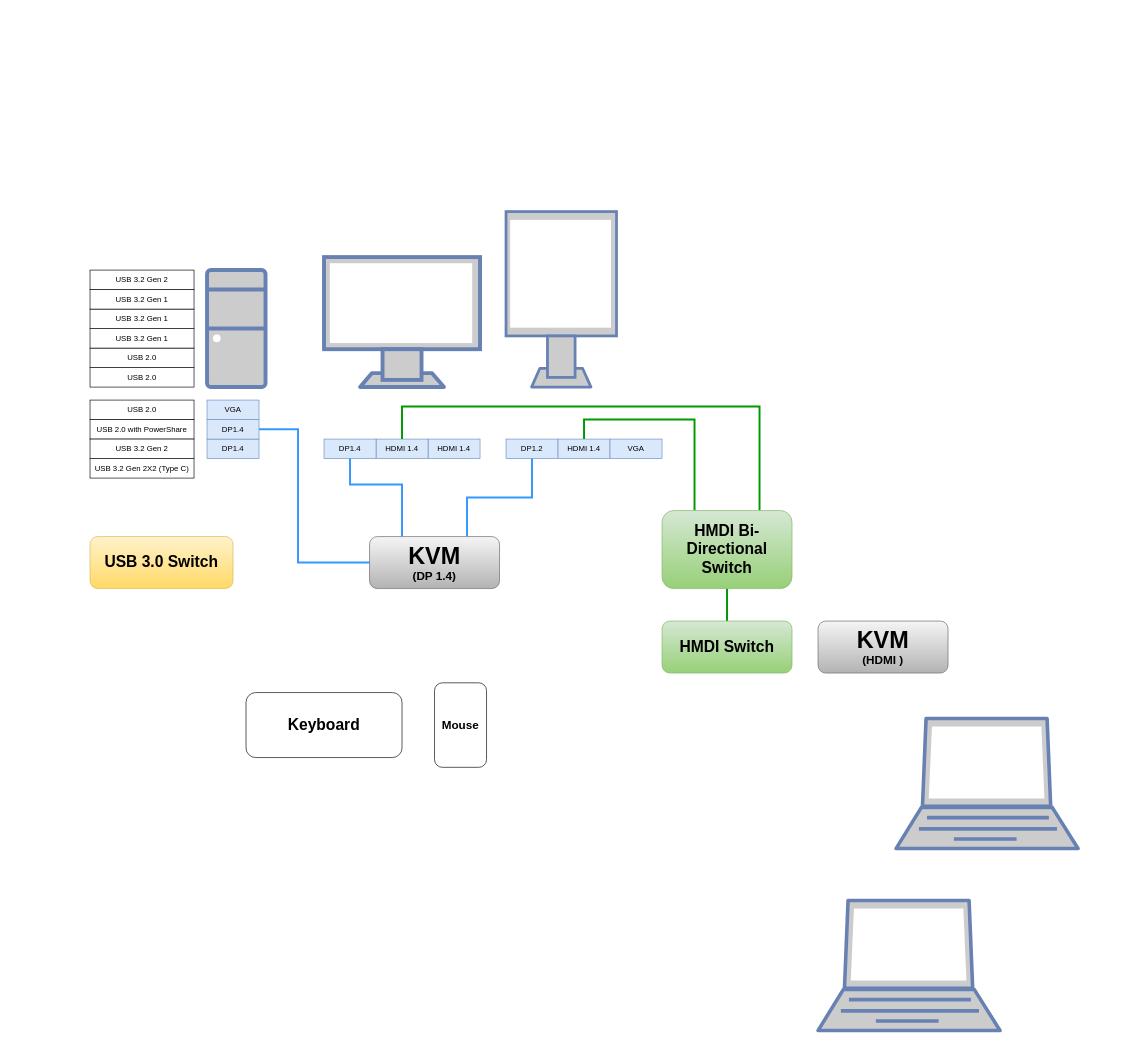
Before: desk_design.drawio in johnseetoh25/draw.io_Gallery, a draw.io diagram. Source tidied: cells renumbered, new cells numbered last; positions are measured from the earlier drawing's top-left corner, leaving out a move shared by most shapes. Both pictures are drawn from the tidied source at 65%, with x=0, y=0 at pixel (90, 211).
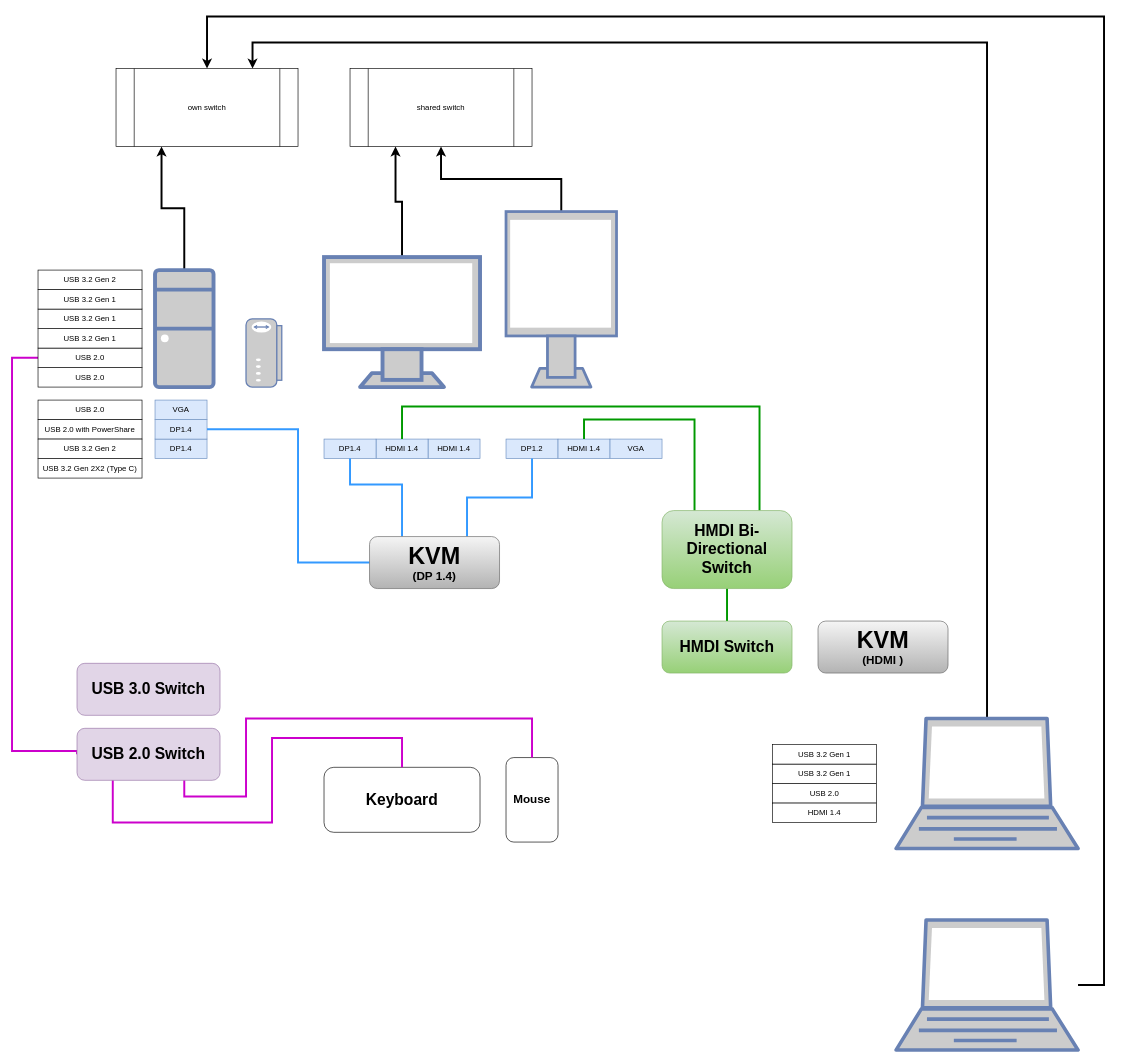
Above is the later version.

The change refers to these unchanged cells:
```xml
<mxCell id="2" style="fontColor=#0066CC;verticalAlign=top;verticalLabelPosition=bottom;labelPosition=center;align=center;html=1;outlineConnect=0;fillColor=#CCCCCC;strokeColor=#6881B3;gradientColor=none;gradientDirection=north;strokeWidth=2;shape=mxgraph.networks.monitor;" parent="1" vertex="1">
  <mxGeometry x="360" y="70" width="240" height="200" as="geometry" />
</mxCell>
<mxCell id="3" style="fontColor=#0066CC;verticalAlign=top;verticalLabelPosition=bottom;labelPosition=center;align=center;html=1;outlineConnect=0;fillColor=#CCCCCC;strokeColor=#6881B3;gradientColor=none;gradientDirection=north;strokeWidth=2;shape=mxgraph.networks.monitor;" parent="1" vertex="1">
  <mxGeometry x="640" width="170" height="270" as="geometry" />
</mxCell>
<mxCell id="36" style="fontColor=#0066CC;verticalAlign=top;verticalLabelPosition=bottom;labelPosition=center;align=center;html=1;outlineConnect=0;fillColor=#CCCCCC;strokeColor=#6881B3;gradientColor=none;gradientDirection=north;strokeWidth=2;shape=mxgraph.networks.laptop;" parent="1" vertex="1">
  <mxGeometry x="1240" y="780" width="280" height="200" as="geometry" />
</mxCell>
```

The edit, as a diff of the source:
```diff
@@
+    <mxCell id="39" style="edgeStyle=orthogonalEdgeStyle;rounded=0;jettySize=auto;html=1;entryX=0.25;entryY=1;entryDx=0;entryDy=0;strokeWidth=3;" parent="1" edge="1" source="2" target="53">
+      <mxGeometry relative="1" as="geometry" />
+    </mxCell>
@@
+    <mxCell id="40" style="edgeStyle=orthogonalEdgeStyle;rounded=0;jettySize=auto;html=1;entryX=0.5;entryY=1;entryDx=0;entryDy=0;strokeWidth=3;" parent="1" edge="1" source="3" target="53">
+      <mxGeometry relative="1" as="geometry" />
+    </mxCell>
@@
+    <mxCell id="41" style="edgeStyle=orthogonalEdgeStyle;rounded=0;jettySize=auto;html=1;entryX=0.25;entryY=1;entryDx=0;entryDy=0;strokeWidth=3;endArrow=classic;endFill=1;" parent="1" edge="1" source="4" target="54">
+      <mxGeometry relative="1" as="geometry" />
+    </mxCell>
     <mxCell id="4" style="fontColor=#0066CC;verticalAlign=top;verticalLabelPosition=bottom;labelPosition=center;align=center;html=1;outlineConnect=0;fillColor=#CCCCCC;strokeColor=#6881B3;gradientColor=none;gradientDirection=north;strokeWidth=2;shape=mxgraph.networks.desktop_pc;" parent="1" vertex="1">
-      <mxGeometry x="180" y="90" width="90" height="180" as="geometry" />
+      <mxGeometry x="100" y="90" width="90" height="180" as="geometry" />
     </mxCell>
     <mxCell id="5" value="&lt;font style=&quot;font-size: 24px;&quot;&gt;&lt;b&gt;Keyboard&lt;/b&gt;&lt;/font&gt;" style="rounded=1;whiteSpace=wrap;html=1;" parent="1" vertex="1">
-      <mxGeometry x="240" y="740" width="240" height="100" as="geometry" />
+      <mxGeometry x="360" y="855" width="240" height="100" as="geometry" />
     </mxCell>
     <mxCell id="6" value="&lt;b&gt;&lt;font style=&quot;font-size: 18px;&quot;&gt;Mouse&lt;/font&gt;&lt;/b&gt;" style="rounded=1;whiteSpace=wrap;html=1;" parent="1" vertex="1">
-      <mxGeometry x="530" y="725" width="80" height="130" as="geometry" />
+      <mxGeometry x="640" y="840" width="80" height="130" as="geometry" />
     </mxCell>
@@
     <mxCell id="10" value="DP1.4" style="rounded=0;whiteSpace=wrap;html=1;fillColor=#dae8fc;strokeColor=#6c8ebf;" parent="1" vertex="1">
-      <mxGeometry x="180" y="350" width="80" height="30" as="geometry" />
+      <mxGeometry x="100" y="350" width="80" height="30" as="geometry" />
     </mxCell>
     <mxCell id="11" value="DP1.4" style="rounded=0;whiteSpace=wrap;html=1;fillColor=#dae8fc;strokeColor=#6c8ebf;" parent="1" vertex="1">
-      <mxGeometry x="180" y="320" width="80" height="30" as="geometry" />
+      <mxGeometry x="100" y="320" width="80" height="30" as="geometry" />
     </mxCell>
@@
     <mxCell id="15" value="VGA" style="rounded=0;whiteSpace=wrap;html=1;fillColor=#dae8fc;strokeColor=#6c8ebf;" parent="1" vertex="1">
-      <mxGeometry x="180" y="290" width="80" height="30" as="geometry" />
+      <mxGeometry x="100" y="290" width="80" height="30" as="geometry" />
     </mxCell>
@@
     <mxCell id="20" value="USB 2.0" style="rounded=0;whiteSpace=wrap;html=1;" parent="1" vertex="1">
-      <mxGeometry y="290" width="160" height="30" as="geometry" />
+      <mxGeometry x="-80" y="290" width="160" height="30" as="geometry" />
     </mxCell>
     <mxCell id="21" value="USB 2.0 with PowerShare" style="rounded=0;whiteSpace=wrap;html=1;" parent="1" vertex="1">
-      <mxGeometry y="320" width="160" height="30" as="geometry" />
+      <mxGeometry x="-80" y="320" width="160" height="30" as="geometry" />
     </mxCell>
     <mxCell id="22" value="USB 3.2 Gen 2X2 (Type C)" style="rounded=0;whiteSpace=wrap;html=1;" parent="1" vertex="1">
-      <mxGeometry y="380" width="160" height="30" as="geometry" />
+      <mxGeometry x="-80" y="380" width="160" height="30" as="geometry" />
     </mxCell>
     <mxCell id="23" value="USB 3.2 Gen 2" style="rounded=0;whiteSpace=wrap;html=1;" parent="1" vertex="1">
-      <mxGeometry y="350" width="160" height="30" as="geometry" />
+      <mxGeometry x="-80" y="350" width="160" height="30" as="geometry" />
     </mxCell>
     <mxCell id="24" value="USB 3.2 Gen 2" style="rounded=0;whiteSpace=wrap;html=1;" parent="1" vertex="1">
-      <mxGeometry y="90" width="160" height="30" as="geometry" />
+      <mxGeometry x="-80" y="90" width="160" height="30" as="geometry" />
     </mxCell>
     <mxCell id="25" value="USB 2.0" style="rounded=0;whiteSpace=wrap;html=1;" parent="1" vertex="1">
-      <mxGeometry y="240" width="160" height="30" as="geometry" />
+      <mxGeometry x="-80" y="240" width="160" height="30" as="geometry" />
     </mxCell>
+    <mxCell id="42" style="edgeStyle=orthogonalEdgeStyle;rounded=0;jettySize=auto;html=1;entryX=0;entryY=0.5;entryDx=0;entryDy=0;strokeWidth=3;endArrow=none;endFill=0;strokeColor=#CC00CC;" parent="1" edge="1" source="26" target="52">
+      <mxGeometry relative="1" as="geometry">
+        <Array as="points">
+          <mxPoint x="-120" y="225" />
+          <mxPoint x="-120" y="830" />
+          <mxPoint x="-20" y="830" />
+        </Array>
+      </mxGeometry>
+    </mxCell>
     <mxCell id="26" value="USB 2.0" style="rounded=0;whiteSpace=wrap;html=1;" parent="1" vertex="1">
-      <mxGeometry y="210" width="160" height="30" as="geometry" />
+      <mxGeometry x="-80" y="210" width="160" height="30" as="geometry" />
     </mxCell>
     <mxCell id="27" value="USB 3.2 Gen 1" style="rounded=0;whiteSpace=wrap;html=1;" parent="1" vertex="1">
-      <mxGeometry y="180" width="160" height="30" as="geometry" />
+      <mxGeometry x="-80" y="180" width="160" height="30" as="geometry" />
     </mxCell>
     <mxCell id="28" value="USB 3.2 Gen 1" style="rounded=0;whiteSpace=wrap;html=1;" parent="1" vertex="1">
-      <mxGeometry y="150" width="160" height="30" as="geometry" />
+      <mxGeometry x="-80" y="150" width="160" height="30" as="geometry" />
     </mxCell>
     <mxCell id="29" value="USB 3.2 Gen 1" style="rounded=0;whiteSpace=wrap;html=1;" parent="1" vertex="1">
-      <mxGeometry y="120" width="160" height="30" as="geometry" />
+      <mxGeometry x="-80" y="120" width="160" height="30" as="geometry" />
     </mxCell>
-    <mxCell id="30" value="&lt;b&gt;&lt;font style=&quot;font-size: 24px;&quot;&gt;USB 3.0 Switch&lt;/font&gt;&lt;/b&gt;" style="rounded=1;whiteSpace=wrap;html=1;fillColor=#fff2cc;gradientColor=#ffd966;strokeColor=#d6b656;" parent="1" vertex="1">
-      <mxGeometry y="500" width="220" height="80" as="geometry" />
+    <mxCell id="30" value="&lt;b&gt;&lt;font style=&quot;font-size: 24px;&quot;&gt;USB 3.0 Switch&lt;/font&gt;&lt;/b&gt;" style="rounded=1;whiteSpace=wrap;html=1;fillColor=#e1d5e7;strokeColor=#9673a6;" parent="1" vertex="1">
+      <mxGeometry x="-20" y="695" width="220" height="80" as="geometry" />
     </mxCell>
@@
+    <mxCell id="43" style="edgeStyle=orthogonalEdgeStyle;rounded=0;jettySize=auto;html=1;entryX=0.75;entryY=0;entryDx=0;entryDy=0;exitX=0.5;exitY=0;exitDx=0;exitDy=0;exitPerimeter=0;strokeWidth=3;" parent="1" edge="1" source="36" target="54">
+      <mxGeometry relative="1" as="geometry">
+        <Array as="points">
+          <mxPoint x="1380" y="-260" />
+          <mxPoint x="250" y="-260" />
+        </Array>
+      </mxGeometry>
+    </mxCell>
@@
+    <mxCell id="44" style="edgeStyle=orthogonalEdgeStyle;rounded=0;jettySize=auto;html=1;entryX=0.5;entryY=0;entryDx=0;entryDy=0;strokeWidth=3;" parent="1" edge="1" source="37" target="54">
+      <mxGeometry relative="1" as="geometry">
+        <Array as="points">
+          <mxPoint x="1560" y="1190" />
+          <mxPoint x="1560" y="-300" />
+          <mxPoint x="180" y="-300" />
+        </Array>
+      </mxGeometry>
+    </mxCell>
     <mxCell id="37" style="fontColor=#0066CC;verticalAlign=top;verticalLabelPosition=bottom;labelPosition=center;align=center;html=1;outlineConnect=0;fillColor=#CCCCCC;strokeColor=#6881B3;gradientColor=none;gradientDirection=north;strokeWidth=2;shape=mxgraph.networks.laptop;" parent="1" vertex="1">
-      <mxGeometry x="1120" y="1060" width="280" height="200" as="geometry" />
+      <mxGeometry x="1240" y="1090" width="280" height="200" as="geometry" />
     </mxCell>
@@
+    <mxCell id="45" value="USB 2.0" style="rounded=0;whiteSpace=wrap;html=1;" parent="1" vertex="1">
+      <mxGeometry x="1050" y="880" width="160" height="30" as="geometry" />
+    </mxCell>
+    <mxCell id="46" value="USB 3.2 Gen 1" style="rounded=0;whiteSpace=wrap;html=1;" parent="1" vertex="1">
+      <mxGeometry x="1050" y="850" width="160" height="30" as="geometry" />
+    </mxCell>
+    <mxCell id="47" value="USB 3.2 Gen 1" style="rounded=0;whiteSpace=wrap;html=1;" parent="1" vertex="1">
+      <mxGeometry x="1050" y="820" width="160" height="30" as="geometry" />
+    </mxCell>
+    <mxCell id="48" value="HDMI 1.4" style="rounded=0;whiteSpace=wrap;html=1;" parent="1" vertex="1">
+      <mxGeometry x="1050" y="910" width="160" height="30" as="geometry" />
+    </mxCell>
+    <mxCell id="49" style="fontColor=#0066CC;verticalAlign=top;verticalLabelPosition=bottom;labelPosition=center;align=center;html=1;fillColor=#CCCCCC;strokeColor=#6881B3;gradientColor=none;gradientDirection=north;strokeWidth=2;shape=mxgraph.networks.modem;rotation=-90;" parent="1" vertex="1">
+      <mxGeometry x="215" y="190" width="105" height="55" as="geometry" />
+    </mxCell>
+    <mxCell id="50" style="edgeStyle=orthogonalEdgeStyle;rounded=0;jettySize=auto;html=1;endArrow=none;endFill=0;exitX=0.25;exitY=1;exitDx=0;exitDy=0;strokeWidth=3;strokeColor=#CC00CC;" parent="1" edge="1" source="52" target="5">
+      <mxGeometry relative="1" as="geometry">
+        <Array as="points">
+          <mxPoint x="35" y="940" />
+          <mxPoint x="280" y="940" />
+          <mxPoint x="280" y="810" />
+        </Array>
+      </mxGeometry>
+    </mxCell>
+    <mxCell id="51" style="edgeStyle=orthogonalEdgeStyle;rounded=0;jettySize=auto;html=1;exitX=0.75;exitY=1;exitDx=0;exitDy=0;strokeWidth=3;endArrow=none;endFill=0;strokeColor=#CC00CC;" parent="1" edge="1" source="52" target="6">
+      <mxGeometry relative="1" as="geometry">
+        <Array as="points">
+          <mxPoint x="145" y="900" />
+          <mxPoint x="240" y="900" />
+          <mxPoint x="240" y="780" />
+          <mxPoint x="680" y="780" />
+        </Array>
+      </mxGeometry>
+    </mxCell>
+    <mxCell id="52" value="&lt;b&gt;&lt;font style=&quot;font-size: 24px;&quot;&gt;USB 2.0 Switch&lt;/font&gt;&lt;/b&gt;" style="rounded=1;whiteSpace=wrap;html=1;fillColor=#e1d5e7;strokeColor=#9673a6;" parent="1" vertex="1">
+      <mxGeometry x="-20" y="795" width="220" height="80" as="geometry" />
+    </mxCell>
+    <mxCell id="53" value="shared switch" style="shape=process;whiteSpace=wrap;html=1;backgroundOutline=1;" parent="1" vertex="1">
+      <mxGeometry x="400" y="-220" width="280" height="120" as="geometry" />
+    </mxCell>
+    <mxCell id="54" value="own switch" style="shape=process;whiteSpace=wrap;html=1;backgroundOutline=1;" parent="1" vertex="1">
+      <mxGeometry x="40" y="-220" width="280" height="120" as="geometry" />
+    </mxCell>
```
